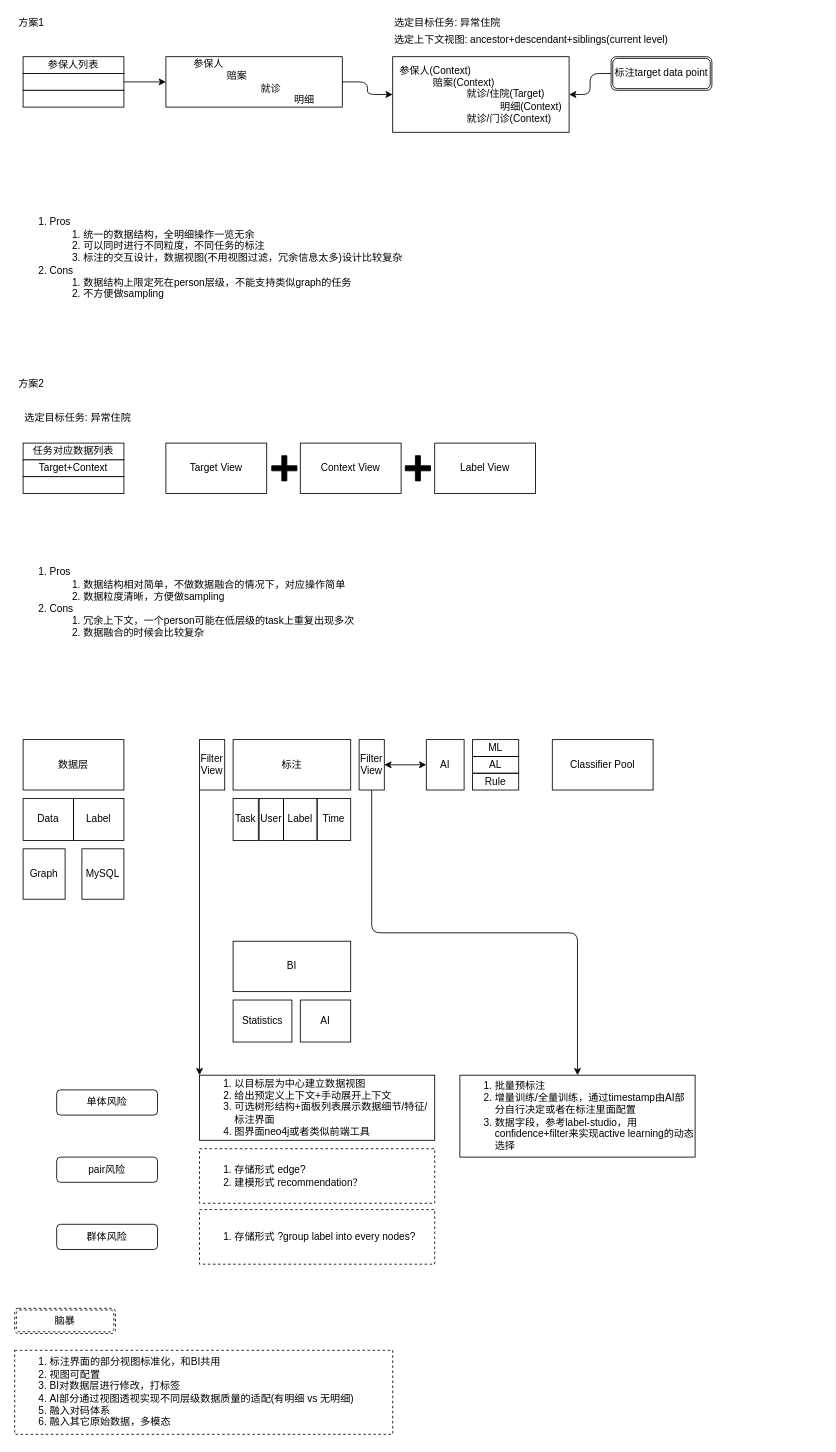
Above: 标注方案.drawio in XiaoLiuAI/diagrams (draw.io), before the change. Source tidied: cells renumbered, new cells numbered last; positions are measured from the earlier drawing's top-left corner, leaving out a move shared by most shapes. Both pictures are drawn from the tidied source at 84%, with x=0, y=0 at pixel (14, 14).
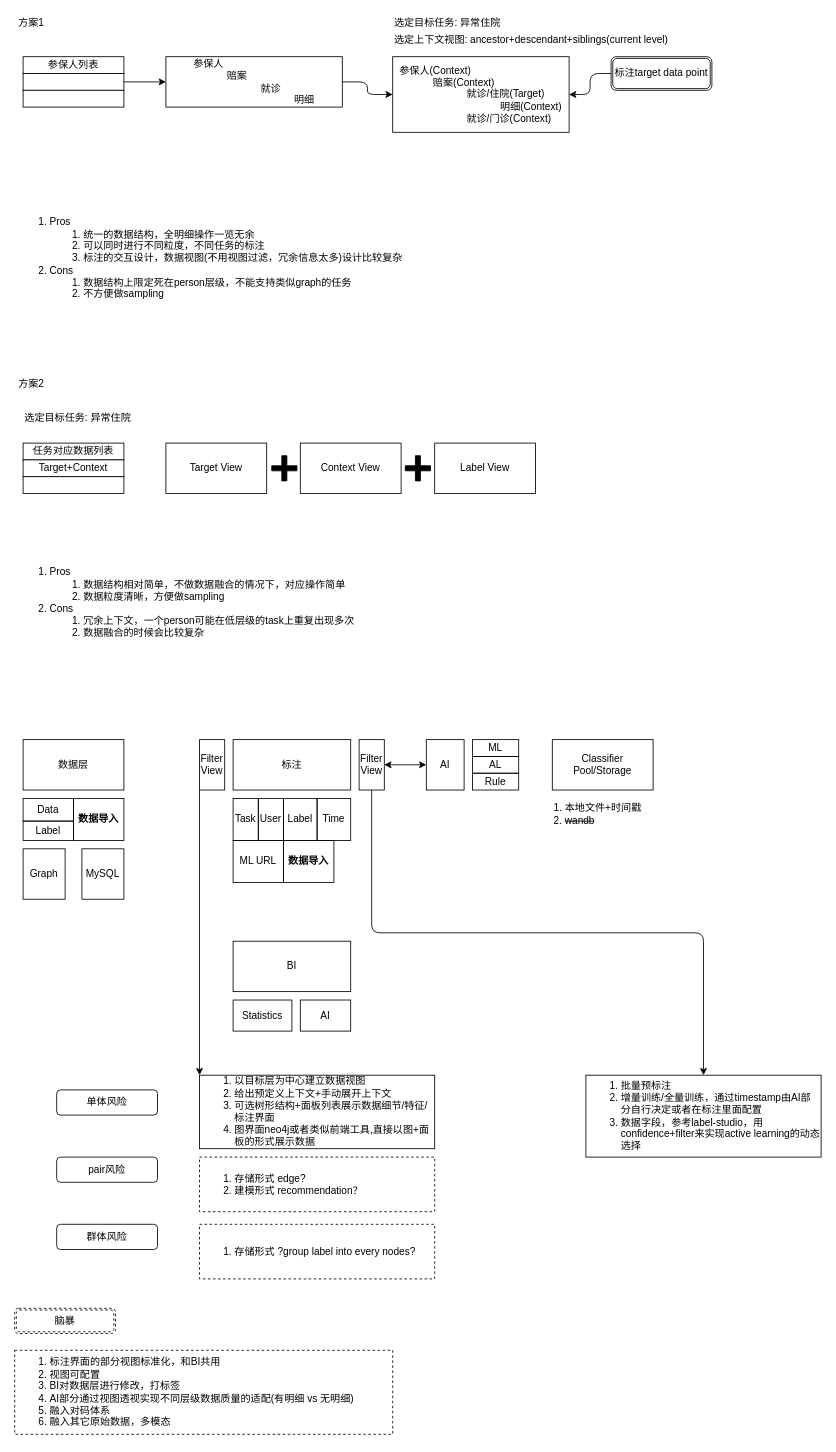
The same page after the edit.

The edit, as a diff of the source:
```diff
@@
-    <mxCell id="29" value="Classifier Pool" style="rounded=0;whiteSpace=wrap;html=1;labelBackgroundColor=none;align=center;" parent="1" vertex="1">
+    <mxCell id="29" value="Classifier Pool/Storage" style="rounded=0;whiteSpace=wrap;html=1;labelBackgroundColor=none;align=center;" parent="1" vertex="1">
       <mxGeometry x="640" y="863" width="120" height="60" as="geometry" />
     </mxCell>
@@
     <mxCell id="32" value="Data" style="rounded=0;whiteSpace=wrap;html=1;labelBackgroundColor=none;align=center;fillColor=none;" parent="1" vertex="1">
-      <mxGeometry x="10" y="933" width="60" height="50" as="geometry" />
+      <mxGeometry x="10" y="933" width="60" height="27" as="geometry" />
     </mxCell>
     <mxCell id="33" value="Label" style="rounded=0;whiteSpace=wrap;html=1;labelBackgroundColor=none;align=center;fillColor=none;" parent="1" vertex="1">
-      <mxGeometry x="70" y="933" width="60" height="50" as="geometry" />
+      <mxGeometry x="10" y="960" width="60" height="23" as="geometry" />
     </mxCell>
-    <mxCell id="34" value="Task" style="rounded=0;whiteSpace=wrap;html=1;labelBackgroundColor=none;align=center;fillColor=none;" parent="1" vertex="1">
+    <mxCell id="34" value="Task" style="rounded=0;whiteSpace=wrap;html=1;labelBackgroundColor=none;align=center;fillColor=none;fontStyle=0;" parent="1" vertex="1">
       <mxGeometry x="260" y="933" width="30" height="50" as="geometry" />
     </mxCell>
     <mxCell id="35" value="User" style="rounded=0;whiteSpace=wrap;html=1;labelBackgroundColor=none;align=center;fillColor=none;" parent="1" vertex="1">
-      <mxGeometry x="291" y="933" width="29" height="50" as="geometry" />
+      <mxGeometry x="290" y="933" width="30" height="50" as="geometry" />
     </mxCell>
@@
     <mxCell id="44" value="Statistics" style="rounded=0;whiteSpace=wrap;html=1;labelBackgroundColor=none;align=center;fillColor=none;" parent="1" vertex="1">
-      <mxGeometry x="260" y="1173" width="70" height="50" as="geometry" />
+      <mxGeometry x="260" y="1173" width="70" height="37" as="geometry" />
     </mxCell>
     <mxCell id="45" value="AI" style="rounded=0;whiteSpace=wrap;html=1;labelBackgroundColor=none;align=center;fillColor=none;" parent="1" vertex="1">
-      <mxGeometry x="340" y="1173" width="60" height="50" as="geometry" />
+      <mxGeometry x="340" y="1173" width="60" height="37" as="geometry" />
     </mxCell>
@@
-    <mxCell id="50" value="&lt;ol&gt;&lt;li&gt;以目标层为中心建立数据视图&lt;/li&gt;&lt;li&gt;给出预定义上下文+手动展开上下文&lt;/li&gt;&lt;li&gt;可选树形结构+面板列表展示数据细节/特征/标注界面&lt;/li&gt;&lt;li&gt;图界面neo4j或者类似前端工具&lt;/li&gt;&lt;/ol&gt;" style="text;html=1;fillColor=none;align=left;verticalAlign=middle;whiteSpace=wrap;rounded=0;labelBackgroundColor=none;strokeColor=#000000;" parent="1" vertex="1">
-      <mxGeometry x="220" y="1262.5" width="280" height="77.5" as="geometry" />
+    <mxCell id="50" value="&lt;ol&gt;&lt;li&gt;以目标层为中心建立数据视图&lt;/li&gt;&lt;li&gt;给出预定义上下文+手动展开上下文&lt;/li&gt;&lt;li&gt;可选树形结构+面板列表展示数据细节/特征/标注界面&lt;/li&gt;&lt;li&gt;图界面neo4j或者类似前端工具,直接以图+面板的形式展示数据&lt;/li&gt;&lt;/ol&gt;" style="text;html=1;fillColor=none;align=left;verticalAlign=middle;whiteSpace=wrap;rounded=0;labelBackgroundColor=none;strokeColor=#000000;" parent="1" vertex="1">
+      <mxGeometry x="220" y="1262.5" width="280" height="87.5" as="geometry" />
     </mxCell>
@@
     <mxCell id="52" value="&lt;ol&gt;&lt;li&gt;批量预标注&lt;/li&gt;&lt;li&gt;增量训练/全量训练，通过timestamp由AI部分自行决定或者在标注里面配置&lt;/li&gt;&lt;li&gt;数据字段，参考label-studio，用confidence+filter来实现active learning的动态选择&lt;/li&gt;&lt;/ol&gt;" style="text;html=1;fillColor=none;align=left;verticalAlign=middle;whiteSpace=wrap;rounded=0;labelBackgroundColor=none;strokeColor=#000000;" parent="1" vertex="1">
-      <mxGeometry x="530" y="1262.5" width="280" height="97.5" as="geometry" />
+      <mxGeometry x="680" y="1262.5" width="280" height="97.5" as="geometry" />
     </mxCell>
@@
     <mxCell id="54" value="&lt;ol&gt;&lt;li&gt;存储形式 edge?&lt;/li&gt;&lt;li&gt;建模形式 recommendation？&lt;/li&gt;&lt;/ol&gt;" style="text;html=1;fillColor=none;align=left;verticalAlign=middle;whiteSpace=wrap;rounded=0;labelBackgroundColor=none;strokeColor=#000000;dashed=1;" parent="1" vertex="1">
-      <mxGeometry x="220" y="1350" width="280" height="65" as="geometry" />
+      <mxGeometry x="220" y="1360" width="280" height="65" as="geometry" />
     </mxCell>
     <mxCell id="55" value="&lt;ol&gt;&lt;li&gt;存储形式 ?group label into every nodes?&lt;/li&gt;&lt;/ol&gt;" style="text;html=1;fillColor=none;align=left;verticalAlign=middle;whiteSpace=wrap;rounded=0;labelBackgroundColor=none;strokeColor=#000000;dashed=1;" parent="1" vertex="1">
-      <mxGeometry x="220" y="1422.5" width="280" height="65" as="geometry" />
+      <mxGeometry x="220" y="1440" width="280" height="65" as="geometry" />
     </mxCell>
@@
+    <mxCell id="58" value="1. 本地文件+时间戳&lt;br&gt;2. &lt;strike&gt;wandb&lt;/strike&gt;" style="text;html=1;strokeColor=none;fillColor=none;align=left;verticalAlign=middle;whiteSpace=wrap;rounded=0;dashed=1;labelBackgroundColor=none;" parent="1" vertex="1">
+      <mxGeometry x="640" y="933" width="120" height="37" as="geometry" />
+    </mxCell>
+    <mxCell id="59" value="ML URL" style="rounded=0;whiteSpace=wrap;html=1;labelBackgroundColor=none;align=center;fillColor=none;" parent="1" vertex="1">
+      <mxGeometry x="260" y="983" width="60" height="50" as="geometry" />
+    </mxCell>
+    <mxCell id="60" value="&lt;b&gt;数据导入&lt;/b&gt;" style="rounded=0;whiteSpace=wrap;html=1;labelBackgroundColor=none;align=center;fillColor=none;" parent="1" vertex="1">
+      <mxGeometry x="320" y="983" width="60" height="50" as="geometry" />
+    </mxCell>
+    <mxCell id="61" value="&lt;b&gt;数据导入&lt;/b&gt;" style="rounded=0;whiteSpace=wrap;html=1;labelBackgroundColor=none;align=center;fillColor=none;" parent="1" vertex="1">
+      <mxGeometry x="70" y="933" width="60" height="50" as="geometry" />
+    </mxCell>
```
